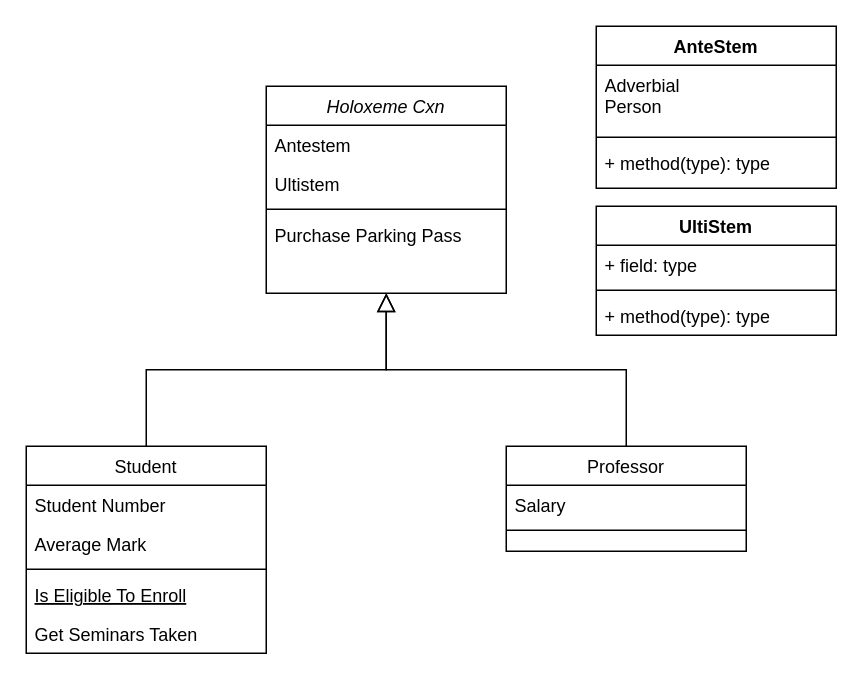
This is Untitled Diagram.drawio from enDinetah/enDinetah, a draw.io file, before an edit. Source tidied: cells renumbered, new cells numbered last; positions are measured from the earlier drawing's top-left corner, leaving out a move shared by most shapes. Both pictures are drawn from the tidied source at 150%, with x=0, y=0 at pixel (26, 26).
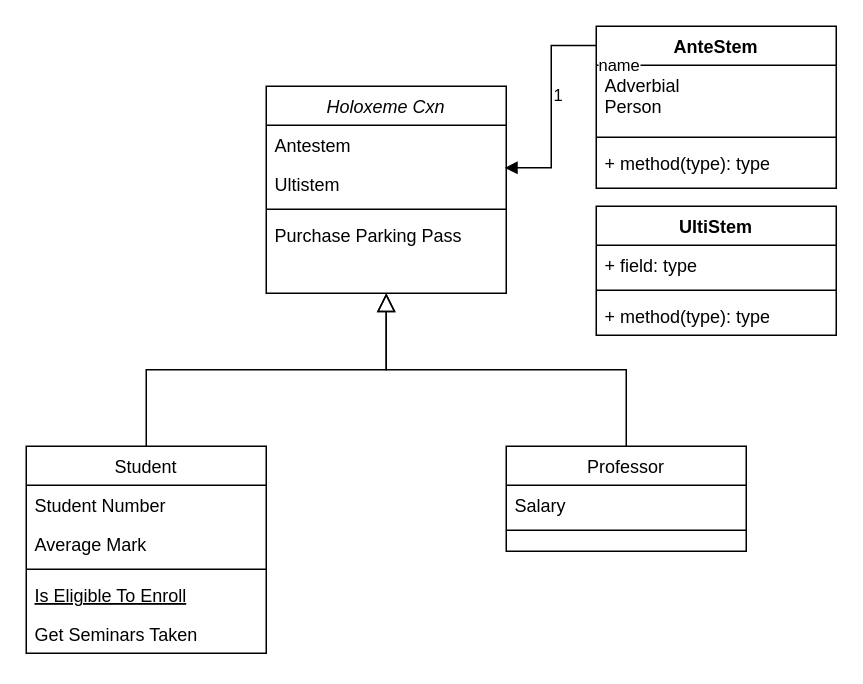
The same diagram, later.

Unchanged cells that the change refers to:
```xml
<mxCell id="4" value="Ultistem" style="text;align=left;verticalAlign=top;spacingLeft=4;spacingRight=4;overflow=hidden;points=[[0,0.5],[1,0.5]];portConstraint=eastwest;rounded=0;shadow=0;html=0;" parent="2" vertex="1">
  <mxGeometry y="52" width="160" height="26" as="geometry" />
</mxCell>
<mxCell id="18" value="AnteStem" style="swimlane;fontStyle=1;align=center;verticalAlign=top;horizontal=1;startSize=26;whiteSpace=wrap;html=1;" parent="1" vertex="1">
  <mxGeometry x="380" width="160" height="108" as="geometry" />
</mxCell>
```

Diff of the diagram source:
```diff
@@
+    <mxCell id="26" value="name" style="endArrow=block;endFill=1;html=1;edgeStyle=orthogonalEdgeStyle;align=left;verticalAlign=top;rounded=0;exitX=-0.001;exitY=0.119;exitDx=0;exitDy=0;exitPerimeter=0;entryX=0.994;entryY=0.092;entryDx=0;entryDy=0;entryPerimeter=0;elbow=vertical;" parent="1" edge="1" source="18" target="4">
+      <mxGeometry x="-1" relative="1" as="geometry" />
+    </mxCell>
+    <mxCell id="27" value="1" style="edgeLabel;html=1;align=left;verticalAlign=bottom;" parent="26" vertex="1">
+      <mxGeometry relative="1" as="geometry" />
+    </mxCell>
```
